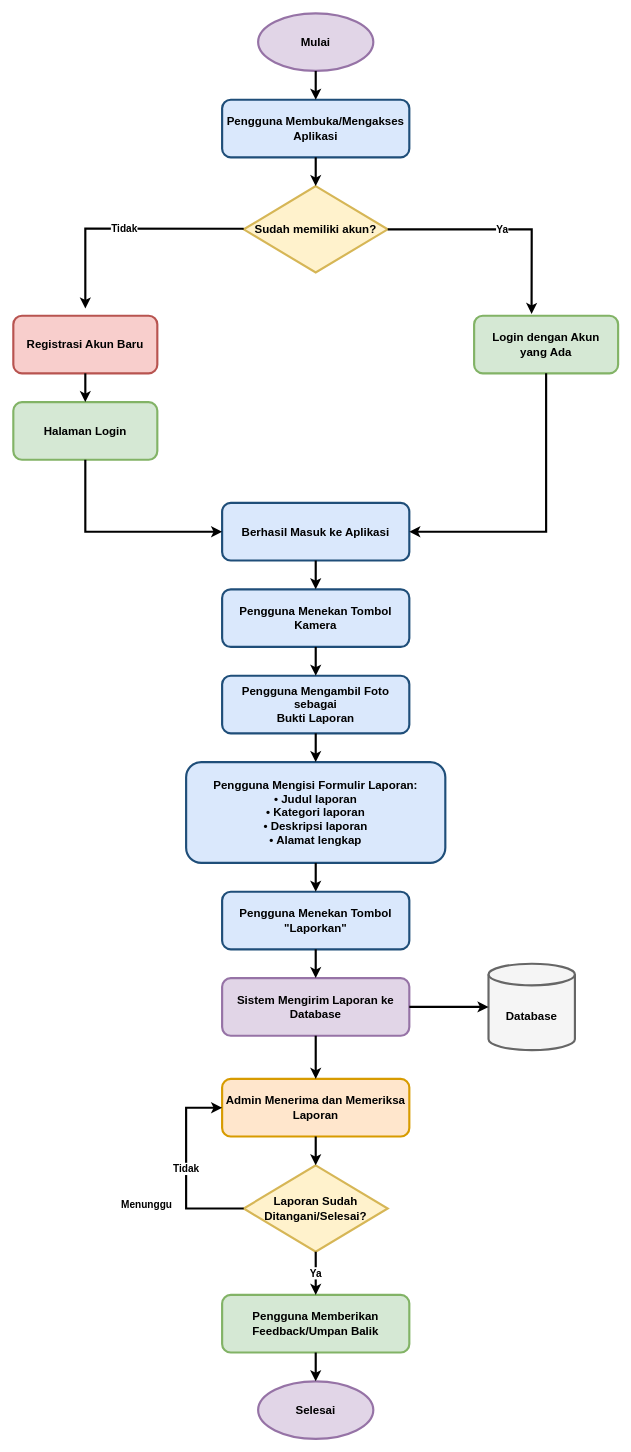
Earlier version of the draw.io diagram flowchart-sistem-dirancang.drawio (mzaedan/laporaja). Source tidied: cells renumbered, new cells numbered last; positions are measured from the earlier drawing's top-left corner, leaving out a move shared by most shapes. Both pictures are drawn from the tidied source at 72%, with x=0, y=0 at pixel (13, 13).
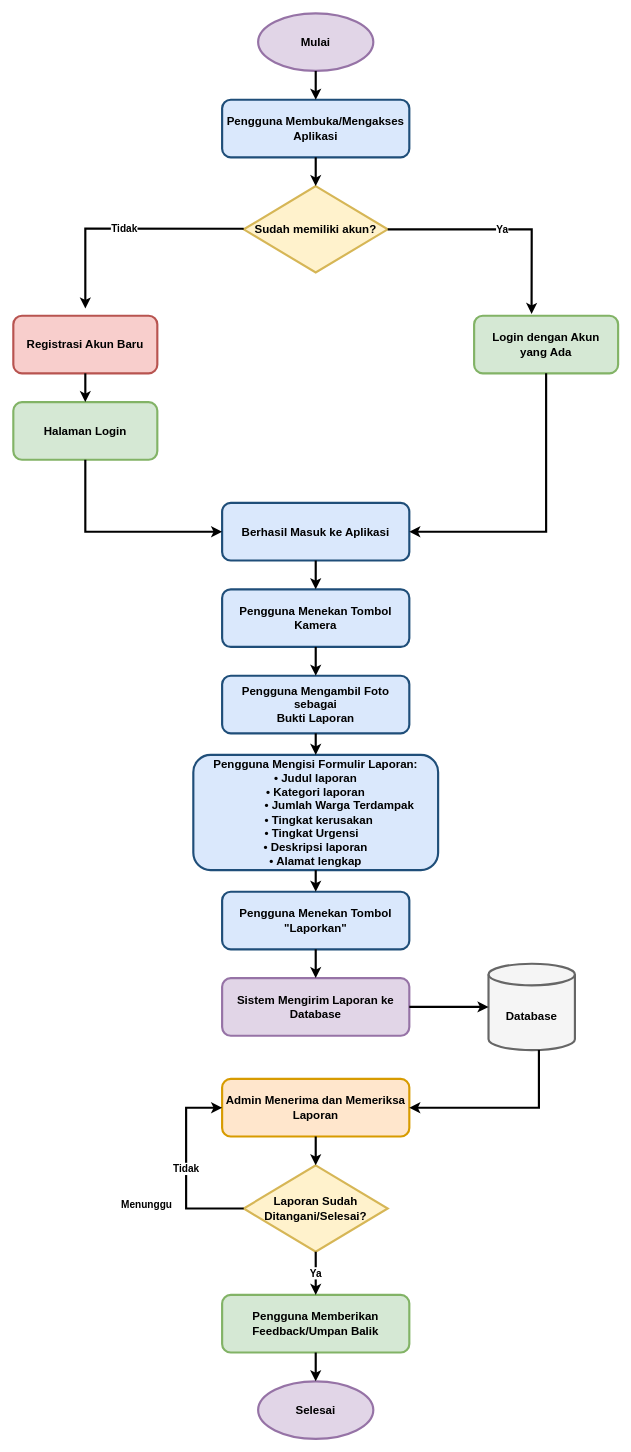
After the change.

The change refers to these unchanged cells:
```xml
<mxCell id="13" value="Sistem Mengirim Laporan ke Database" style="rounded=1;whiteSpace=wrap;html=1;fillColor=#e1d5e7;strokeColor=#9673a6;strokeWidth=3;fontSize=16;fontStyle=1;" parent="1" vertex="1">
  <mxGeometry x="290" y="1340" width="260" height="80" as="geometry" />
</mxCell>
<mxCell id="15" value="Admin Menerima dan Memeriksa&#10;Laporan" style="rounded=1;whiteSpace=wrap;html=1;fillColor=#ffe6cc;strokeColor=#d79b00;strokeWidth=3;fontSize=16;fontStyle=1;" parent="1" vertex="1">
  <mxGeometry x="290" y="1480" width="260" height="80" as="geometry" />
</mxCell>
```

Diff of the diagram source:
```diff
@@
-    <mxCell id="11" value="Pengguna Mengisi Formulir Laporan:&#10;• Judul laporan&#10;• Kategori laporan&#10;• Deskripsi laporan&#10;• Alamat lengkap" style="rounded=1;whiteSpace=wrap;html=1;fillColor=#dae8fc;strokeColor=#1f4e79;strokeWidth=3;fontSize=16;fontStyle=1;" parent="1" vertex="1">
-      <mxGeometry x="240" y="1040" width="360" height="140" as="geometry" />
+    <mxCell id="11" value="Pengguna Mengisi Formulir Laporan:&lt;br&gt;• Judul laporan&lt;br&gt;• Kategori laporan&lt;div&gt;&lt;div style=&quot;text-align: left;&quot;&gt;&lt;span style=&quot;background-color: transparent; color: light-dark(rgb(0, 0, 0), rgb(255, 255, 255));&quot;&gt;&amp;nbsp; &amp;nbsp; &amp;nbsp; &amp;nbsp; &amp;nbsp; &amp;nbsp; &amp;nbsp; &amp;nbsp; • Jumlah Warga Terdampak&lt;/span&gt;&lt;/div&gt;&lt;div style=&quot;text-align: left;&quot;&gt;&amp;nbsp; &amp;nbsp; &amp;nbsp; &amp;nbsp; &amp;nbsp; &amp;nbsp; &amp;nbsp; &amp;nbsp; • Tingkat kerusakan&lt;span style=&quot;background-color: transparent; color: light-dark(rgb(0, 0, 0), rgb(255, 255, 255));&quot;&gt;&lt;/span&gt;&lt;/div&gt;&lt;div style=&quot;text-align: left;&quot;&gt;&amp;nbsp; &amp;nbsp; &amp;nbsp; &amp;nbsp; &amp;nbsp; &amp;nbsp; &amp;nbsp; &amp;nbsp; • Tingkat Urgensi&lt;/div&gt;&lt;div&gt;&lt;div&gt;• Deskripsi laporan&lt;br&gt;• Alamat lengkap&lt;/div&gt;&lt;/div&gt;&lt;/div&gt;" style="rounded=1;whiteSpace=wrap;html=1;fillColor=#dae8fc;strokeColor=#1f4e79;strokeWidth=3;fontSize=16;fontStyle=1;" parent="1" vertex="1">
+      <mxGeometry x="250" y="1030" width="340" height="160" as="geometry" />
     </mxCell>
@@
-    <mxCell id="32" style="endArrow=classic;html=1;rounded=0;exitX=0.5;exitY=1;exitDx=0;exitDy=0;entryX=0.5;entryY=0;entryDx=0;entryDy=0;strokeWidth=3;" parent="1" edge="1" source="13" target="15">
-      <mxGeometry relative="1" as="geometry" />
+    <mxCell id="32" style="endArrow=classic;html=1;rounded=0;exitX=0.5;exitY=1;exitDx=0;exitDy=0;strokeWidth=3;entryX=1;entryY=0.5;entryDx=0;entryDy=0;" parent="1" edge="1" target="15">
+      <mxGeometry relative="1" as="geometry">
+        <mxPoint x="730" y="1440" as="sourcePoint" />
+        <Array as="points">
+          <mxPoint x="730" y="1520" />
+        </Array>
+      </mxGeometry>
     </mxCell>
```
